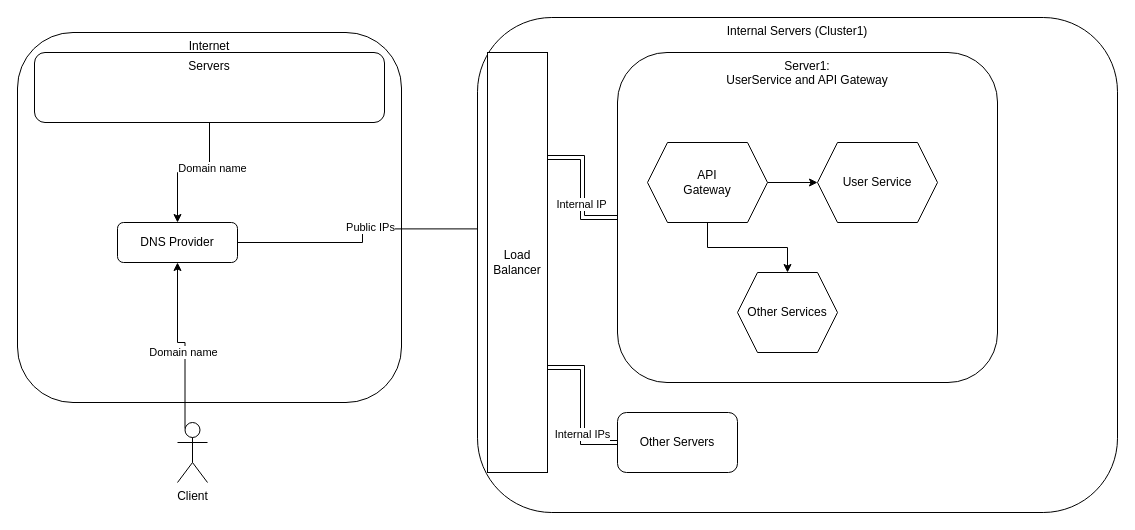
The draw.io diagram Untitled Diagram.drawio in longlt4/om-test, before the edit. Source tidied: cells renumbered, new cells numbered last; positions are measured from the earlier drawing's top-left corner, leaving out a move shared by most shapes. Both pictures are drawn from the tidied source at 100%, with x=0, y=0 at pixel (17, 17).
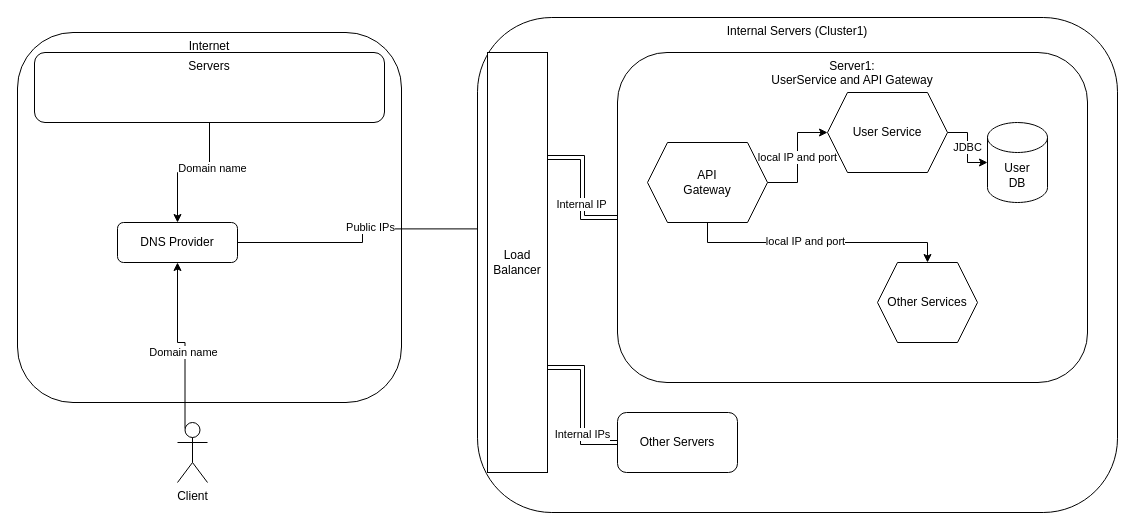
After the change.

The change refers to these unchanged cells:
```xml
<mxCell id="21" style="edgeStyle=orthogonalEdgeStyle;rounded=0;jettySize=auto;html=1;exitX=0.5;exitY=1;exitDx=0;exitDy=0;" parent="1" edge="1" source="22" target="24">
  <mxGeometry relative="1" as="geometry" />
</mxCell>
<mxCell id="22" value="&lt;div&gt;API&lt;/div&gt;&lt;div&gt;Gateway&lt;br&gt;&lt;/div&gt;" style="shape=hexagon;perimeter=hexagonPerimeter2;whiteSpace=wrap;html=1;fixedSize=1;align=center;verticalAlign=middle;" parent="1" vertex="1">
  <mxGeometry x="630" y="125" width="120" height="80" as="geometry" />
</mxCell>
```

Change to the diagram source:
```diff
@@
     <mxCell id="18" value="&lt;div&gt;Server1:&lt;/div&gt;&lt;div&gt;UserService and API Gateway&lt;br&gt;&lt;/div&gt;" style="rounded=1;whiteSpace=wrap;html=1;align=center;verticalAlign=top;" parent="1" vertex="1">
-      <mxGeometry x="600" y="35" width="380" height="330" as="geometry" />
+      <mxGeometry x="600" y="35" width="470" height="330" as="geometry" />
     </mxCell>
@@
-    <mxCell id="20" style="edgeStyle=orthogonalEdgeStyle;rounded=0;jettySize=auto;html=1;" parent="1" edge="1" source="22" target="23">
+    <mxCell id="20" value="local IP and port" style="edgeStyle=orthogonalEdgeStyle;rounded=0;jettySize=auto;html=1;" parent="1" edge="1" source="22" target="23">
       <mxGeometry relative="1" as="geometry" />
     </mxCell>
@@
+    <mxCell id="25" value="local IP and port" style="edgeLabel;html=1;align=center;verticalAlign=middle;" parent="21" vertex="1">
+      <mxGeometry x="-0.1" y="2" relative="1" as="geometry" />
+    </mxCell>
@@
+    <mxCell id="26" value="JDBC" style="edgeStyle=orthogonalEdgeStyle;rounded=0;jettySize=auto;html=1;" parent="1" edge="1" source="23" target="27">
+      <mxGeometry relative="1" as="geometry" />
+    </mxCell>
     <mxCell id="23" value="User Service" style="shape=hexagon;perimeter=hexagonPerimeter2;whiteSpace=wrap;html=1;fixedSize=1;align=center;verticalAlign=middle;" parent="1" vertex="1">
-      <mxGeometry x="800" y="125" width="120" height="80" as="geometry" />
+      <mxGeometry x="810" y="75" width="120" height="80" as="geometry" />
     </mxCell>
     <mxCell id="24" value="Other Services" style="shape=hexagon;perimeter=hexagonPerimeter2;whiteSpace=wrap;html=1;fixedSize=1;align=center;verticalAlign=middle;" parent="1" vertex="1">
-      <mxGeometry x="720" y="255" width="100" height="80" as="geometry" />
+      <mxGeometry x="860" y="245" width="100" height="80" as="geometry" />
     </mxCell>
+    <mxCell id="27" value="&lt;div&gt;User&lt;/div&gt;&lt;div&gt;DB&lt;br&gt;&lt;/div&gt;" style="shape=cylinder3;whiteSpace=wrap;html=1;boundedLbl=1;backgroundOutline=1;size=15;align=center;verticalAlign=middle;" parent="1" vertex="1">
+      <mxGeometry x="970" y="105" width="60" height="80" as="geometry" />
+    </mxCell>
```
